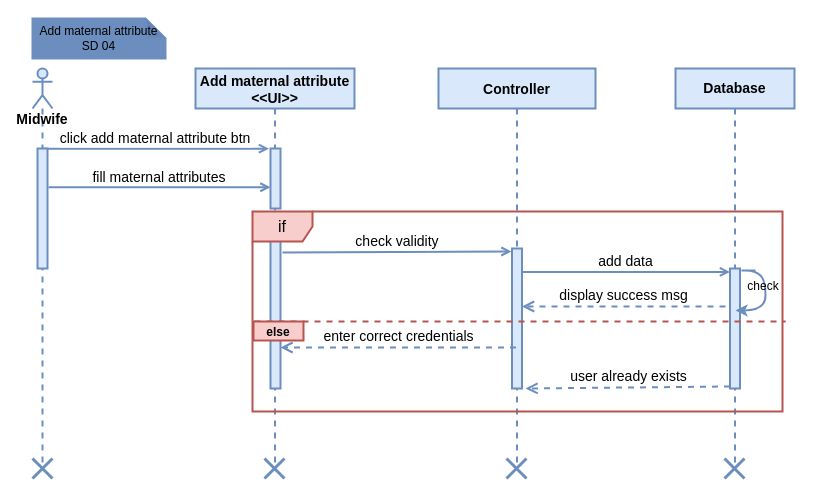
This is page "Add maternal attribute" (5 of 6) of Sequence Diagram.drawio from fasil712/UML_Diagram_Design, a draw.io file, before an edit. Source tidied: cells renumbered, new cells numbered last; positions are measured from the earlier drawing's top-left corner, leaving out a move shared by most shapes. Both pictures are drawn from the tidied source at 100%, with x=0, y=0 at pixel (32, 18).
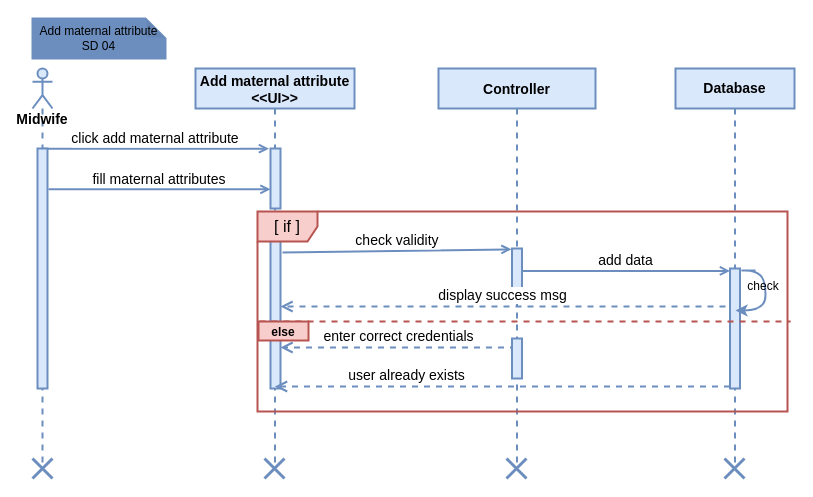
The same diagram, later.

The change refers to these unchanged cells:
```xml
<mxCell id="2" value="Add maternal attribute&#10;&lt;&lt;UI&gt;&gt;" style="shape=umlLifeline;perimeter=lifelinePerimeter;rounded=0;shadow=0;strokeWidth=2;fillColor=#dae8fc;strokeColor=#6c8ebf;fontSize=14;fontStyle=1;" parent="1" vertex="1">
  <mxGeometry x="163" y="50" width="159" height="400" as="geometry" />
</mxCell>
<mxCell id="3" style="html=1;points=[];perimeter=orthogonalPerimeter;fillColor=#dae8fc;strokeColor=#6c8ebf;fontSize=16;strokeWidth=2;" parent="2" vertex="1">
  <mxGeometry x="75" y="80" width="10" height="60" as="geometry" />
</mxCell>
<mxCell id="4" style="html=1;points=[];perimeter=orthogonalPerimeter;fillColor=#dae8fc;strokeColor=#6c8ebf;fontSize=16;strokeWidth=2;" parent="2" vertex="1">
  <mxGeometry x="75" y="160" width="10" height="160" as="geometry" />
</mxCell>
<mxCell id="5" value="Controller" style="shape=umlLifeline;perimeter=lifelinePerimeter;rounded=0;shadow=0;strokeWidth=2;fillColor=#dae8fc;strokeColor=#6c8ebf;fontSize=14;fontStyle=1;" parent="1" vertex="1">
  <mxGeometry x="406" y="50" width="157" height="400" as="geometry" />
</mxCell>
<mxCell id="8" value="Midwife" style="shape=umlLifeline;participant=umlActor;perimeter=lifelinePerimeter;whiteSpace=wrap;html=1;verticalAlign=top;spacingTop=36;outlineConnect=0;size=40;fillColor=#dae8fc;strokeColor=#6c8ebf;fontSize=14;strokeWidth=2;fontStyle=1;" parent="1" vertex="1">
  <mxGeometry y="50" width="20" height="400" as="geometry" />
</mxCell>
<mxCell id="10" value="Database" style="shape=umlLifeline;perimeter=lifelinePerimeter;whiteSpace=wrap;html=1;fillColor=#dae8fc;strokeColor=#6c8ebf;fontSize=14;strokeWidth=2;fontStyle=1;" parent="1" vertex="1">
  <mxGeometry x="643" y="50" width="119" height="400" as="geometry" />
</mxCell>
<mxCell id="11" style="points=[];perimeter=orthogonalPerimeter;rounded=0;shadow=0;strokeWidth=2;fillColor=#dae8fc;strokeColor=#6c8ebf;fontSize=16;" parent="10" vertex="1">
  <mxGeometry x="54.5" y="200" width="10" height="120" as="geometry" />
</mxCell>
```

Diff of the diagram source:
```diff
@@
     <mxCell id="6" style="points=[];perimeter=orthogonalPerimeter;rounded=0;shadow=0;strokeWidth=2;fillColor=#dae8fc;strokeColor=#6c8ebf;fontSize=16;" parent="5" vertex="1">
-      <mxGeometry x="73.5" y="180" width="10" height="140" as="geometry" />
+      <mxGeometry x="73.5" y="180" width="10" height="40" as="geometry" />
     </mxCell>
-    <mxCell id="7" value="click add maternal attribute btn" style="verticalAlign=bottom;endArrow=open;shadow=0;strokeWidth=2;entryX=-0.1;entryY=0.005;entryDx=0;entryDy=0;entryPerimeter=0;fillColor=#dae8fc;strokeColor=#6c8ebf;fontSize=14;endFill=0;" parent="1" edge="1" source="8">
+    <mxCell id="7" value="click add maternal attribute" style="verticalAlign=bottom;endArrow=open;shadow=0;strokeWidth=2;entryX=-0.1;entryY=0.005;entryDx=0;entryDy=0;entryPerimeter=0;fillColor=#dae8fc;strokeColor=#6c8ebf;fontSize=14;endFill=0;" parent="1" edge="1" source="8">
       <mxGeometry relative="1" as="geometry">
         <mxPoint x="236.5" y="130.2" as="targetPoint" />
       </mxGeometry>
     </mxCell>
@@
     <mxCell id="9" style="html=1;points=[];perimeter=orthogonalPerimeter;fillColor=#dae8fc;strokeColor=#6c8ebf;fontSize=16;strokeWidth=2;" parent="8" vertex="1">
-      <mxGeometry x="5" y="80" width="10" height="120" as="geometry" />
+      <mxGeometry x="5" y="80" width="10" height="240" as="geometry" />
     </mxCell>
@@
-    <mxCell id="12" value="user already exists" style="html=1;verticalAlign=bottom;endArrow=open;dashed=1;endSize=8;rounded=0;fontSize=14;fontColor=#000000;strokeColor=#6C8EBF;strokeWidth=2;exitX=-0.2;exitY=0.475;exitDx=0;exitDy=0;exitPerimeter=0;" parent="10" edge="1">
-      <mxGeometry relative="1" as="geometry">
+    <mxCell id="12" value="user already exists" style="html=1;verticalAlign=bottom;endArrow=open;dashed=1;endSize=8;rounded=0;fontSize=14;fontColor=#000000;strokeColor=#6C8EBF;strokeWidth=2;exitX=-0.2;exitY=0.475;exitDx=0;exitDy=0;exitPerimeter=0;" parent="10" edge="1" target="2">
+      <mxGeometry x="0.43" relative="1" as="geometry">
         <mxPoint x="54.5" y="318" as="sourcePoint" />
-        <mxPoint x="-150" y="320" as="targetPoint" />
+        <mxPoint x="1" as="offset" />
       </mxGeometry>
     </mxCell>
-    <mxCell id="13" value="fill maternal attributes" style="verticalAlign=bottom;endArrow=open;shadow=0;strokeWidth=2;fillColor=#dae8fc;strokeColor=#6c8ebf;fontSize=14;exitX=1.1;exitY=0.323;exitDx=0;exitDy=0;exitPerimeter=0;endFill=0;" parent="1" edge="1" source="9" target="3">
-      <mxGeometry relative="1" as="geometry" />
+    <mxCell id="13" value="fill maternal attributes" style="verticalAlign=bottom;endArrow=open;shadow=0;strokeWidth=2;fillColor=#dae8fc;strokeColor=#6c8ebf;fontSize=14;exitX=1.1;exitY=0.323;exitDx=0;exitDy=0;exitPerimeter=0;endFill=0;" parent="1" edge="1">
+      <mxGeometry relative="1" as="geometry">
+        <mxPoint x="16" y="170.8" as="sourcePoint" />
+        <mxPoint x="238" y="170.8" as="targetPoint" />
+      </mxGeometry>
     </mxCell>
@@
-    <mxCell id="15" value="&lt;div&gt;&lt;font style=&quot;font-size: 14px;&quot;&gt;display success msg&lt;/font&gt;&lt;/div&gt;" style="html=1;verticalAlign=bottom;endArrow=open;dashed=1;endSize=8;rounded=0;fontSize=14;fontColor=#000000;strokeColor=#6C8EBF;strokeWidth=2;" parent="1" edge="1">
+    <mxCell id="15" value="&lt;div&gt;&lt;font style=&quot;font-size: 14px;&quot;&gt;display success msg&lt;/font&gt;&lt;/div&gt;" style="html=1;verticalAlign=bottom;endArrow=open;dashed=1;endSize=8;rounded=0;fontSize=14;fontColor=#000000;strokeColor=#6C8EBF;strokeWidth=2;" parent="1" edge="1" target="4">
       <mxGeometry relative="1" as="geometry">
         <mxPoint x="693" y="288" as="sourcePoint" />
-        <mxPoint x="489.5" y="288" as="targetPoint" />
       </mxGeometry>
     </mxCell>
@@
-    <mxCell id="20" value="add data" style="verticalAlign=bottom;endArrow=open;shadow=0;strokeWidth=2;exitX=1;exitY=0.167;exitDx=0;exitDy=0;exitPerimeter=0;fillColor=#dae8fc;strokeColor=#6c8ebf;fontSize=14;endFill=0;startArrow=none;" parent="1" edge="1" source="6" target="11">
-      <mxGeometry relative="1" as="geometry" />
+    <mxCell id="20" value="add data" style="verticalAlign=bottom;endArrow=open;shadow=0;strokeWidth=2;exitX=1;exitY=0.167;exitDx=0;exitDy=0;exitPerimeter=0;fillColor=#dae8fc;strokeColor=#6c8ebf;fontSize=14;endFill=0;startArrow=none;" parent="1" edge="1">
+      <mxGeometry relative="1" as="geometry">
+        <mxPoint x="489.5" y="252.4" as="sourcePoint" />
+        <mxPoint x="697.5" y="252.4" as="targetPoint" />
+      </mxGeometry>
     </mxCell>
@@
     <mxCell id="25" style="group;" parent="1" vertex="1">
-      <mxGeometry x="220" y="193" width="530" height="200" as="geometry" />
+      <mxGeometry x="225" y="193" width="530" height="200" as="geometry" />
     </mxCell>
-    <mxCell id="26" value="if" style="shape=umlFrame;whiteSpace=wrap;html=1;fillColor=#f8cecc;strokeColor=#b85450;fontSize=16;strokeWidth=2;" parent="25" vertex="1">
+    <mxCell id="26" value="[ if ]" style="shape=umlFrame;whiteSpace=wrap;html=1;fillColor=#f8cecc;strokeColor=#b85450;fontSize=16;strokeWidth=2;" parent="25" vertex="1">
       <mxGeometry width="530" height="200" as="geometry" />
     </mxCell>
@@
+    <mxCell id="29" style="perimeter=orthogonalPerimeter;rounded=0;shadow=0;strokeWidth=2;fillColor=#dae8fc;strokeColor=#6c8ebf;fontSize=16;" parent="1" vertex="1">
+      <mxGeometry x="479.5" y="320" width="10" height="40" as="geometry" />
+    </mxCell>
```
